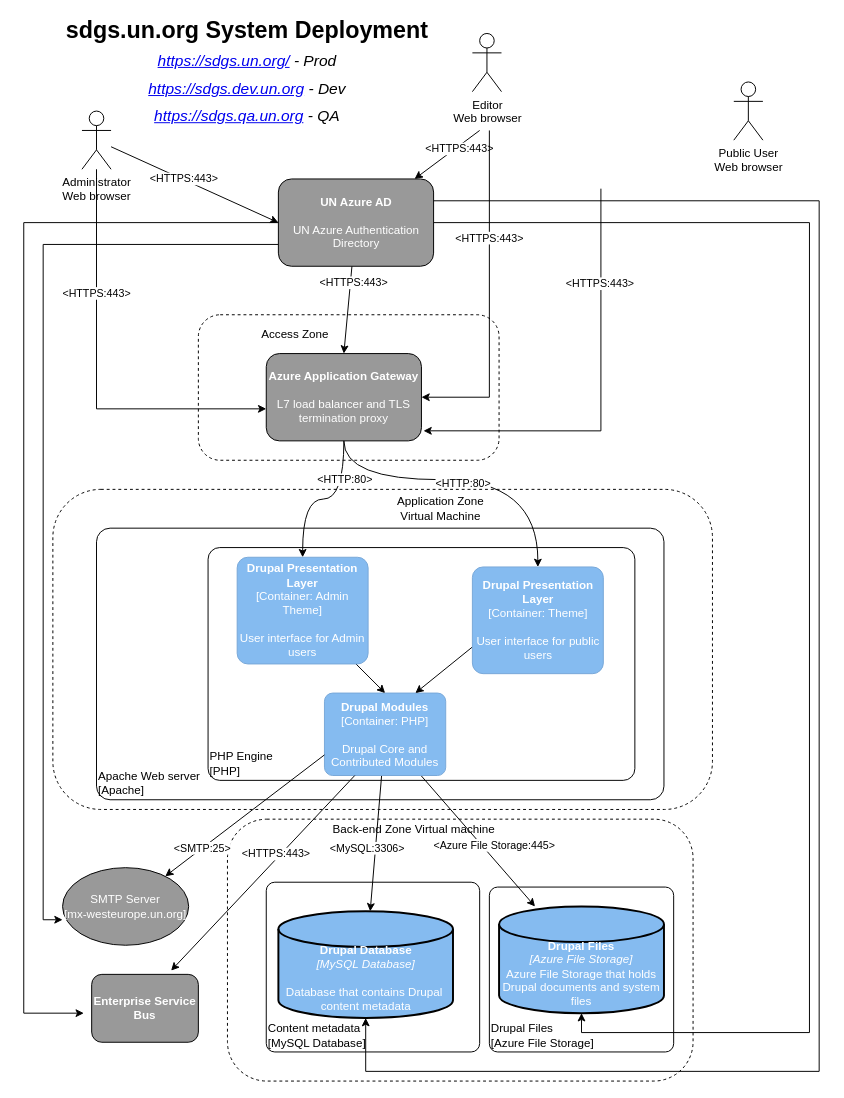
This is sdgs_deployment.drawio from elneto/diagramsnet, a draw.io file, before an edit. Source tidied: cells renumbered, new cells numbered last; positions are measured from the earlier drawing's top-left corner, leaving out a move shared by most shapes. Both pictures are drawn from the tidied source at 97%, with x=0, y=0 at pixel (23, 33).
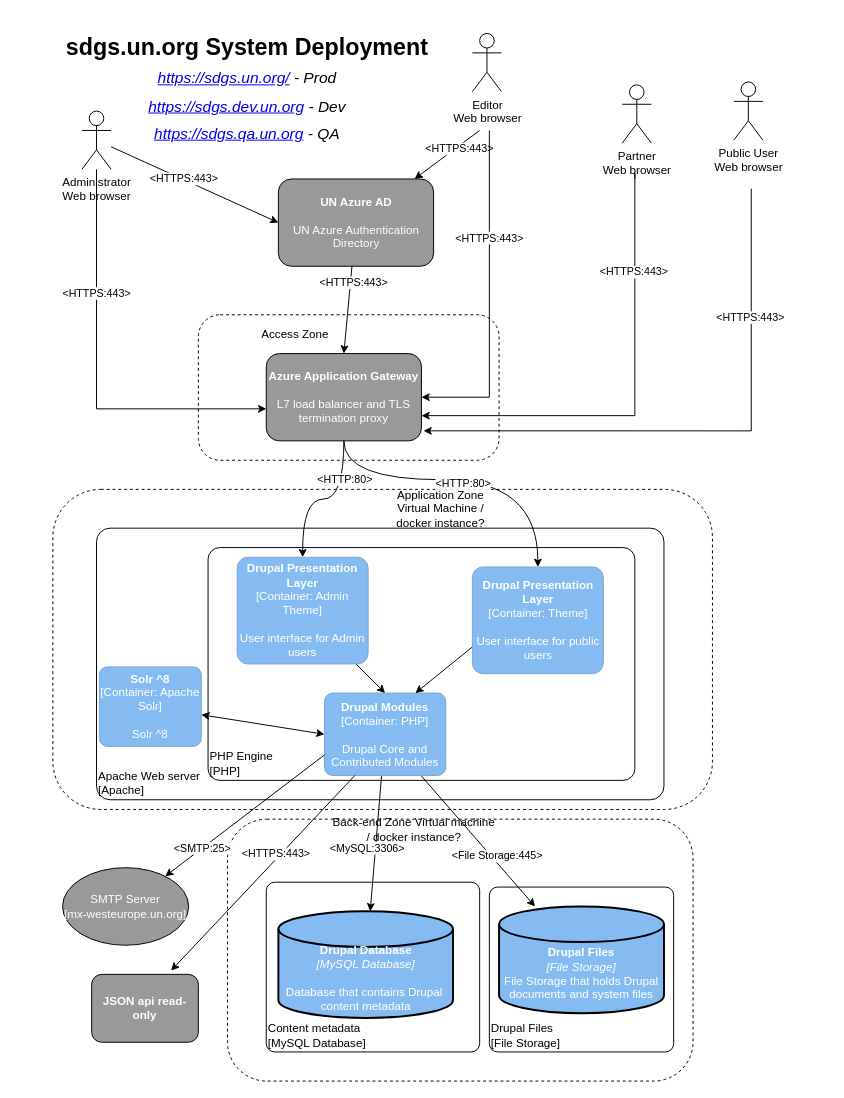
The same page after the edit.

The change refers to these unchanged cells:
```xml
<mxCell id="8" style="rounded=0;jettySize=auto;html=1;" parent="1" edge="1" source="10" target="11">
  <mxGeometry relative="1" as="geometry" />
</mxCell>
<object id="10" label="&lt;b&gt;%c4Name%&lt;/b&gt;&lt;div&gt;[%c4Type%: %c4Technology%]&lt;/div&gt;&lt;br&gt;&lt;div&gt;%c4Description%&lt;/div&gt;" c4Description="Drupal Core and Contributed Modules" c4Name="Drupal Modules" c4Technology="PHP" c4Type="Container" placeholders="1">
  <mxCell style="rounded=1;whiteSpace=wrap;html=1;labelBackgroundColor=none;fillColor=#85BBF0;fontColor=#ffffff;align=center;arcSize=10;strokeColor=#78A8D8;metaData={&quot;c4Type&quot;:{&quot;editable&quot;:false}};points=[[0.25,0,0],[0.5,0,0],[0.75,0,0],[1,0.25,0],[1,0.5,0],[1,0.75,0],[0.75,1,0],[0.5,1,0],[0.25,1,0],[0,0.75,0],[0,0.5,0],[0,0.25,0]];" parent="1" vertex="1">
    <mxGeometry x="310" y="680" width="125" height="85" as="geometry" />
  </mxCell>
</object>
<mxCell id="12" value="&lt;font color=&quot;#ffffff&quot;&gt;&lt;b&gt;&lt;br&gt;&lt;br&gt;Drupal Database&lt;br&gt;&lt;/b&gt;&lt;i&gt;[MySQL Database]&lt;/i&gt;&lt;br&gt;&lt;br&gt;Database that contains Drupal&amp;nbsp; content metadata&lt;br&gt;&lt;/font&gt;" style="strokeWidth=2;html=1;shape=mxgraph.flowchart.database;whiteSpace=wrap;fillColor=#85BBF0;" parent="1" vertex="1">
  <mxGeometry x="262.5" y="905" width="180" height="110" as="geometry" />
</mxCell>
<mxCell id="21" value="&lt;font color=&quot;#ffffff&quot;&gt;&lt;b&gt;UN Azure AD&lt;/b&gt;&lt;br&gt;&lt;br&gt;UN Azure Authentication Directory&lt;/font&gt;" style="rounded=1;whiteSpace=wrap;html=1;strokeColor=#000000;fillColor=#999999;" parent="1" vertex="1">
  <mxGeometry x="262.5" y="150" width="160" height="90" as="geometry" />
</mxCell>
<mxCell id="40" value="&lt;font color=&quot;#ffffff&quot;&gt;&lt;b&gt;Azure Application Gateway&lt;/b&gt;&lt;br&gt;&lt;br&gt;L7 load balancer and TLS termination proxy&lt;/font&gt;" style="rounded=1;whiteSpace=wrap;html=1;strokeColor=#000000;fillColor=#999999;" parent="1" vertex="1">
  <mxGeometry x="250" y="330" width="160" height="90" as="geometry" />
</mxCell>
<mxCell id="51" value="&lt;font color=&quot;#ffffff&quot;&gt;SMTP Server&lt;br&gt;[mx-westeurope.un.org]&lt;br&gt;&lt;/font&gt;" style="ellipse;whiteSpace=wrap;html=1;fillColor=#999999;" parent="1" vertex="1">
  <mxGeometry x="40" y="860" width="130" height="80" as="geometry" />
</mxCell>
```

Diff of the diagram source:
```diff
@@
+    <mxCell id="45" style="rounded=1;whiteSpace=wrap;html=1;dashed=1;fillColor=none;" parent="1" vertex="1">
+      <mxGeometry x="30" y="470" width="680" height="330" as="geometry" />
+    </mxCell>
+    <mxCell id="36" style="rounded=1;whiteSpace=wrap;html=1;dashed=1;fillColor=none;" parent="1" vertex="1">
+      <mxGeometry x="210" y="810" width="480" height="270" as="geometry" />
+    </mxCell>
@@
-    <object id="4" label="&lt;div style=&quot;text-align: left&quot;&gt;%c4Name%&lt;/div&gt;&lt;div style=&quot;text-align: left&quot;&gt;[%c4OperationSystem%]&lt;/div&gt;&lt;div style=&quot;text-align: right&quot;&gt;%c4ScalingFactor%&lt;/div&gt;" c4Name="Drupal Files" c4OperationSystem="Azure File Storage" c4ScalingFactor="" placeholders="1">
+    <object id="4" label="&lt;div style=&quot;text-align: left&quot;&gt;%c4Name%&lt;/div&gt;&lt;div style=&quot;text-align: left&quot;&gt;[%c4OperationSystem%]&lt;/div&gt;&lt;div style=&quot;text-align: right&quot;&gt;%c4ScalingFactor%&lt;/div&gt;" c4Name="Drupal Files" c4OperationSystem="File Storage" c4ScalingFactor="" placeholders="1">
       <mxCell style="rounded=1;whiteSpace=wrap;html=1;labelBackgroundColor=none;fillColor=#ffffff;fontColor=#000000;align=left;arcSize=5;strokeColor=#000000;verticalAlign=bottom;metaData={&quot;c4Type&quot;:{&quot;editable&quot;:false}};backgroundOutline=0;" parent="1" vertex="1">
         <mxGeometry x="480" y="880" width="190" height="170" as="geometry" />
       </mxCell>
     </object>
@@
-    <mxCell id="9" value="&amp;lt;Azure File Storage:445&amp;gt;" style="edgeLabel;html=1;align=center;verticalAlign=middle;" parent="8" vertex="1">
+    <mxCell id="9" value="&amp;lt;File Storage:445&amp;gt;" style="edgeLabel;html=1;align=center;verticalAlign=middle;" parent="8" vertex="1">
       <mxGeometry x="0.21" y="1" relative="1" as="geometry">
-        <mxPoint x="3.6" y="-9" as="offset" />
+        <mxPoint x="6" y="2" as="offset" />
       </mxGeometry>
     </mxCell>
@@
-    <mxCell id="11" value="&lt;font color=&quot;#ffffff&quot;&gt;&lt;br&gt;&lt;b&gt;&lt;br&gt;Drupal Files&lt;/b&gt;&lt;br&gt;&lt;i&gt;[Azure File Storage]&lt;/i&gt;&lt;br&gt;Azure File Storage that holds Drupal documents and system files&lt;/font&gt;" style="strokeWidth=2;html=1;shape=mxgraph.flowchart.database;whiteSpace=wrap;fillColor=#85BBF0;" parent="1" vertex="1">
+    <mxCell id="11" value="&lt;font color=&quot;#ffffff&quot;&gt;&lt;br&gt;&lt;b&gt;&lt;br&gt;Drupal Files&lt;/b&gt;&lt;br&gt;&lt;i&gt;[File Storage]&lt;/i&gt;&lt;br&gt;File Storage that holds Drupal documents and system files&lt;/font&gt;" style="strokeWidth=2;html=1;shape=mxgraph.flowchart.database;whiteSpace=wrap;fillColor=#85BBF0;" parent="1" vertex="1">
       <mxGeometry x="490" y="900" width="170" height="110" as="geometry" />
     </mxCell>
@@
-    <mxCell id="17" style="edgeStyle=orthogonalEdgeStyle;rounded=0;jettySize=auto;html=1;exitX=0;exitY=0.75;exitDx=0;exitDy=0;entryX=0;entryY=0.671;entryDx=0;entryDy=0;entryPerimeter=0;" parent="1" edge="1" source="21" target="51">
-      <mxGeometry relative="1" as="geometry" />
-    </mxCell>
-    <mxCell id="18" style="edgeStyle=orthogonalEdgeStyle;rounded=0;jettySize=auto;html=1;" parent="1" edge="1" source="21">
-      <mxGeometry relative="1" as="geometry">
-        <mxPoint x="61.9" y="1010" as="targetPoint" />
-        <Array as="points">
-          <mxPoint y="195" />
-          <mxPoint y="1010" />
-        </Array>
-      </mxGeometry>
-    </mxCell>
-    <mxCell id="19" style="edgeStyle=orthogonalEdgeStyle;rounded=0;jettySize=auto;html=1;entryX=0.5;entryY=1;entryDx=0;entryDy=0;entryPerimeter=0;" parent="1" edge="1" source="21" target="11">
-      <mxGeometry relative="1" as="geometry">
-        <Array as="points">
-          <mxPoint x="810" y="195" />
-          <mxPoint x="810" y="1030" />
-          <mxPoint x="575" y="1030" />
-        </Array>
-      </mxGeometry>
-    </mxCell>
-    <mxCell id="20" style="edgeStyle=orthogonalEdgeStyle;rounded=0;jettySize=auto;html=1;exitX=1;exitY=0.25;exitDx=0;exitDy=0;entryX=0.5;entryY=1;entryDx=0;entryDy=0;entryPerimeter=0;" parent="1" edge="1" source="21" target="12">
-      <mxGeometry relative="1" as="geometry">
-        <Array as="points">
-          <mxPoint x="820" y="173" />
-          <mxPoint x="820" y="1070" />
-          <mxPoint x="353" y="1070" />
-        </Array>
-      </mxGeometry>
-    </mxCell>
@@
     <mxCell id="32" style="edgeStyle=orthogonalEdgeStyle;rounded=0;jettySize=auto;html=1;entryX=1.013;entryY=0.885;entryDx=0;entryDy=0;entryPerimeter=0;startArrow=none;startFill=0;" parent="1" edge="1" target="40">
       <mxGeometry relative="1" as="geometry">
-        <mxPoint x="595" y="160" as="sourcePoint" />
+        <mxPoint x="750" y="160" as="sourcePoint" />
         <Array as="points">
-          <mxPoint x="595" y="410" />
+          <mxPoint x="750" y="160" />
+          <mxPoint x="750" y="410" />
         </Array>
       </mxGeometry>
     </mxCell>
@@
     <mxCell id="35" value="sdgs.un.org System Deployment&lt;br&gt;&lt;i style=&quot;font-size: 16px ; line-height: 60%&quot;&gt;&lt;span style=&quot;font-weight: normal ; line-height: 110%&quot;&gt;&lt;i style=&quot;font-weight: 700; line-height: 9.6px;&quot;&gt;&lt;span style=&quot;font-weight: 400;&quot;&gt;&lt;a href=&quot;https://sdgs.un.org/&quot;&gt;https://sdgs.un.org/&lt;/a&gt;&lt;/span&gt;&lt;span style=&quot;font-weight: normal; line-height: 17.6px;&quot;&gt;&amp;nbsp;- Prod&lt;br&gt;&lt;a href=&quot;https://sdgs.dev.un.org/&quot;&gt;https://sdgs.dev.un.org&lt;/a&gt;&amp;nbsp;- Dev&lt;br&gt;&lt;i style=&quot;font-weight: 700; line-height: 9.6px;&quot;&gt;&lt;span style=&quot;font-weight: normal; line-height: 17.6px;&quot;&gt;&lt;a href=&quot;https://sdgs.qa.un.org/&quot;&gt;https://sdgs.qa.un.org&lt;/a&gt;&amp;nbsp;- QA&lt;/span&gt;&lt;/i&gt;&lt;/span&gt;&lt;/i&gt;&lt;br&gt;&lt;/span&gt;&lt;/i&gt;" style="text;strokeColor=none;fillColor=none;html=1;fontSize=24;fontStyle=1;verticalAlign=middle;align=center;" parent="1" vertex="1">
-      <mxGeometry x="180" y="20" width="100" height="40" as="geometry" />
+      <mxGeometry x="180" y="38" width="100" height="40" as="geometry" />
     </mxCell>
-    <mxCell id="36" style="rounded=1;whiteSpace=wrap;html=1;dashed=1;fillColor=none;" parent="1" vertex="1">
-      <mxGeometry x="210" y="810" width="480" height="270" as="geometry" />
-    </mxCell>
-    <mxCell id="37" value="Back-end Zone Virtual machine" style="text;html=1;strokeColor=none;fillColor=none;align=center;verticalAlign=middle;whiteSpace=wrap;rounded=0;dashed=1;" parent="1" vertex="1">
+    <mxCell id="37" value="Back-end Zone Virtual machine / docker instance?" style="text;html=1;strokeColor=none;fillColor=none;align=center;verticalAlign=middle;whiteSpace=wrap;rounded=0;dashed=1;" parent="1" vertex="1">
       <mxGeometry x="315" y="820" width="175" as="geometry" />
     </mxCell>
@@
-    <mxCell id="45" style="rounded=1;whiteSpace=wrap;html=1;dashed=1;fillColor=none;" parent="1" vertex="1">
-      <mxGeometry x="30" y="470" width="680" height="330" as="geometry" />
-    </mxCell>
-    <mxCell id="46" value="Application Zone&lt;br&gt;Virtual Machine" style="text;html=1;strokeColor=none;fillColor=none;align=center;verticalAlign=middle;whiteSpace=wrap;rounded=0;dashed=1;" parent="1" vertex="1">
+    <mxCell id="46" value="Application Zone&lt;br&gt;Virtual Machine / docker instance?" style="text;html=1;strokeColor=none;fillColor=none;align=center;verticalAlign=middle;whiteSpace=wrap;rounded=0;dashed=1;" parent="1" vertex="1">
       <mxGeometry x="375" y="480" width="110" height="20" as="geometry" />
     </mxCell>
@@
-    <mxCell id="54" value="&lt;font color=&quot;#ffffff&quot;&gt;&lt;b&gt;Enterprise Service Bus&lt;/b&gt;&lt;/font&gt;" style="rounded=1;whiteSpace=wrap;html=1;strokeColor=#000000;fillColor=#999999;" parent="1" vertex="1">
+    <mxCell id="54" value="&lt;font color=&quot;#ffffff&quot;&gt;&lt;b&gt;JSON api read-only&lt;/b&gt;&lt;/font&gt;" style="rounded=1;whiteSpace=wrap;html=1;strokeColor=#000000;fillColor=#999999;" parent="1" vertex="1">
       <mxGeometry x="70" y="970" width="110" height="70" as="geometry" />
     </mxCell>
+    <mxCell id="55" value="Partner&lt;br&gt;Web browser" style="shape=umlActor;verticalLabelPosition=bottom;verticalAlign=top;html=1;strokeColor=#000000;fillColor=#ffffff;" parent="1" vertex="1">
+      <mxGeometry x="617" y="53" width="30" height="60" as="geometry" />
+    </mxCell>
+    <mxCell id="56" style="edgeStyle=orthogonalEdgeStyle;rounded=0;orthogonalLoop=1;jettySize=auto;html=1;startArrow=none;startFill=0;" parent="1" edge="1">
+      <mxGeometry relative="1" as="geometry">
+        <mxPoint x="630" y="150" as="sourcePoint" />
+        <mxPoint x="410" y="394" as="targetPoint" />
+        <Array as="points">
+          <mxPoint x="630" y="144" />
+          <mxPoint x="630" y="394" />
+        </Array>
+      </mxGeometry>
+    </mxCell>
+    <mxCell id="57" value="&amp;lt;HTTPS:443&amp;gt;" style="edgeLabel;html=1;align=center;verticalAlign=middle;" parent="56" vertex="1">
+      <mxGeometry x="-0.55" y="-2" relative="1" as="geometry" />
+    </mxCell>
+    <object id="58" label="&lt;b&gt;%c4Name%&lt;/b&gt;&lt;div&gt;[%c4Type%: %c4Technology%]&lt;/div&gt;&lt;br&gt;&lt;div&gt;%c4Description%&lt;/div&gt;" c4Description="Solr ^8" c4Name="Solr ^8" c4Technology="Apache Solr" c4Type="Container" placeholders="1">
+      <mxCell style="rounded=1;whiteSpace=wrap;html=1;labelBackgroundColor=none;fillColor=#85BBF0;fontColor=#ffffff;align=center;arcSize=10;strokeColor=#78A8D8;metaData={&quot;c4Type&quot;:{&quot;editable&quot;:false}};points=[[0.25,0,0],[0.5,0,0],[0.75,0,0],[1,0.25,0],[1,0.5,0],[1,0.75,0],[0.75,1,0],[0.5,1,0],[0.25,1,0],[0,0.75,0],[0,0.5,0],[0,0.25,0]];" parent="1" vertex="1">
+        <mxGeometry x="78" y="653" width="105" height="82" as="geometry" />
+      </mxCell>
+    </object>
+    <mxCell id="59" style="endArrow=classic;startArrow=classic;html=1;rounded=0;entryX=0;entryY=0.5;entryDx=0;entryDy=0;entryPerimeter=0;" parent="1" edge="1" source="58" target="10">
+      <mxGeometry relative="1" as="geometry" />
+    </mxCell>
```
